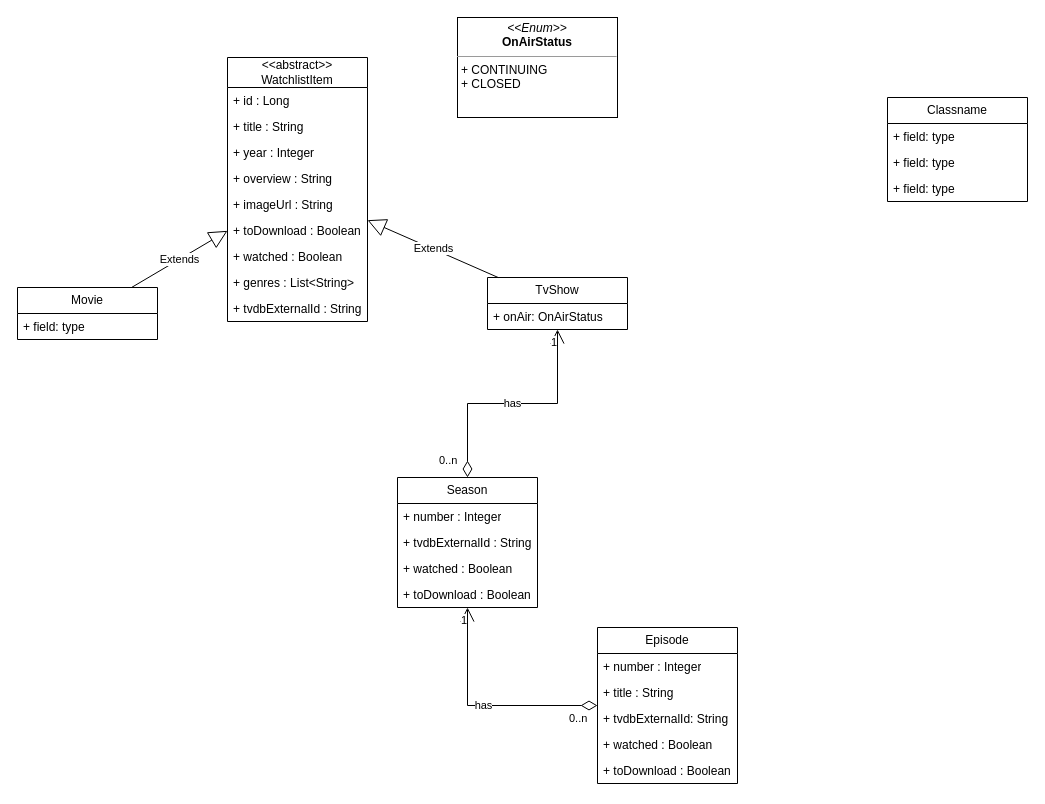
Earlier version of the draw.io diagram page "Watchlists" (1 of 2) of docs/medialib/MODELS.drawio (tekeiro/rpi-sweet-home). Source tidied: cells renumbered, new cells numbered last; positions are measured from the earlier drawing's top-left corner, leaving out a move shared by most shapes. Both pictures are drawn from the tidied source at 100%, with x=0, y=0 at pixel (17, 17).
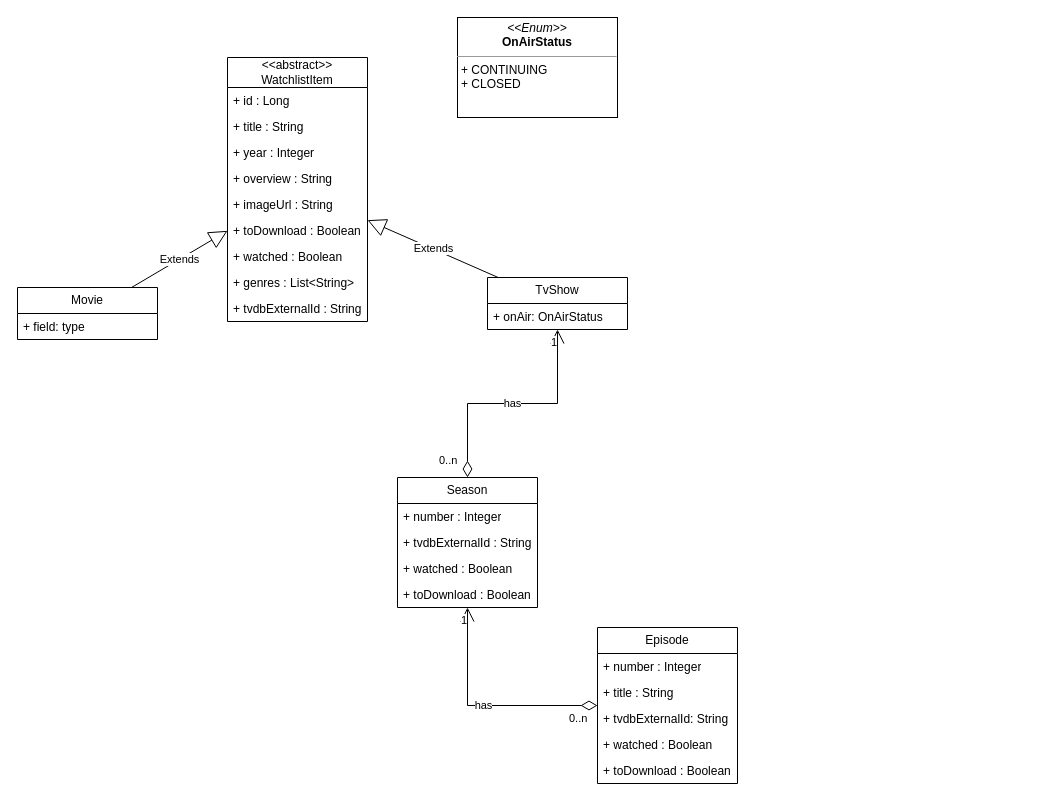
The same diagram, later.

What changed in the source:
```diff
@@
-    <mxCell id="36" value="Classname" style="swimlane;fontStyle=0;horizontal=1;startSize=26;fillColor=none;whiteSpace=wrap;html=1;" parent="1" vertex="1">
-      <mxGeometry x="870" y="80" width="140" height="104" as="geometry" />
-    </mxCell>
-    <mxCell id="37" value="+ field: type" style="text;strokeColor=none;fillColor=none;align=left;verticalAlign=top;spacingLeft=4;spacingRight=4;overflow=hidden;whiteSpace=wrap;html=1;" parent="36" vertex="1">
-      <mxGeometry y="26" width="140" height="26" as="geometry" />
-    </mxCell>
-    <mxCell id="38" value="+ field: type" style="text;strokeColor=none;fillColor=none;align=left;verticalAlign=top;spacingLeft=4;spacingRight=4;overflow=hidden;whiteSpace=wrap;html=1;" parent="36" vertex="1">
-      <mxGeometry y="52" width="140" height="26" as="geometry" />
-    </mxCell>
-    <mxCell id="39" value="+ field: type" style="text;strokeColor=none;fillColor=none;align=left;verticalAlign=top;spacingLeft=4;spacingRight=4;overflow=hidden;whiteSpace=wrap;html=1;" parent="36" vertex="1">
-      <mxGeometry y="78" width="140" height="26" as="geometry" />
-    </mxCell>
```
